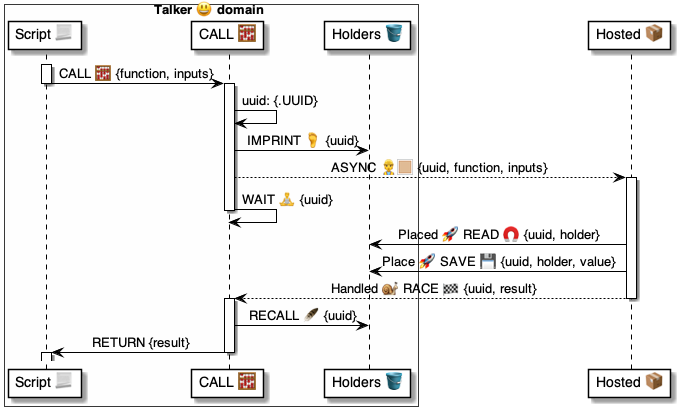
Earlier version of the PlantUML export 4 ⚙️ Solution/37 Scripts 📃/📃 Commands ⌘/⌘ for async/CALL 🧮/🧮 CALL ⚙️ uml.png (pollyweb-org/pollyweb-docs). Its source is kept beside it as 4 ⚙️ Solution/37 Scripts 📃/📃 Commands ⌘/⌘ for async/CALL 🧮/🧮 CALL ⚙️ uml.puml.
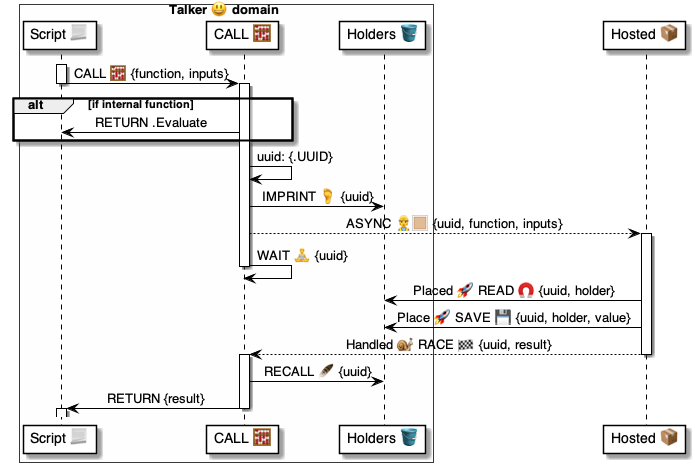
The same file after the commit.

What changed in the source:
```diff
@@ -14,6 +14,11 @@
 deactivate script
 
 activate talker
+
+    alt if internal function
+        talker -> script: RETURN .Evaluate
+    end alt
+
     talker -> talker: uuid: {.UUID}
     talker -> holders: IMPRINT 🦶 {uuid}
     talker --> hosted: ASYNC 👷🏼 {uuid, function, inputs}
```
